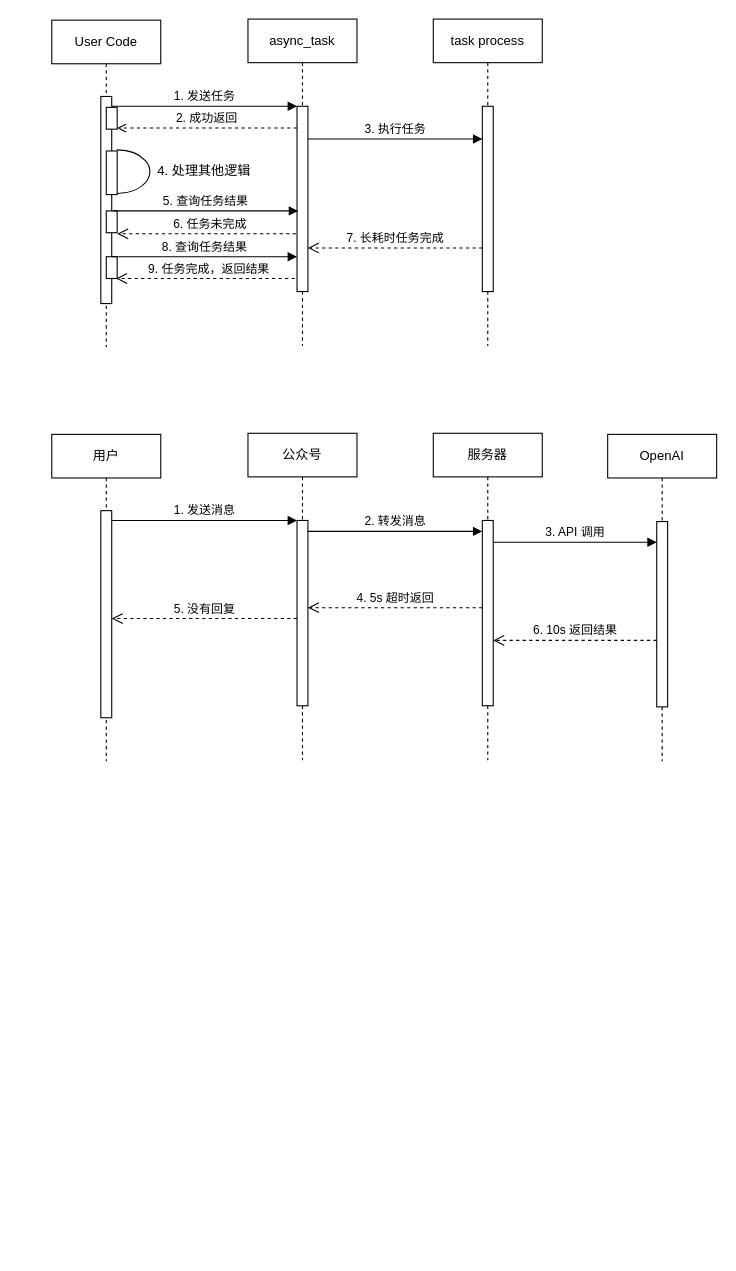
This is blog_async_task.drawio from crazyStrome/myPhote, a draw.io file, before an edit. Source tidied: cells renumbered, new cells numbered last; positions are measured from the earlier drawing's top-left corner, leaving out a move shared by most shapes. Both pictures are drawn from the tidied source at 109%, with x=0, y=0 at pixel (51, 19).
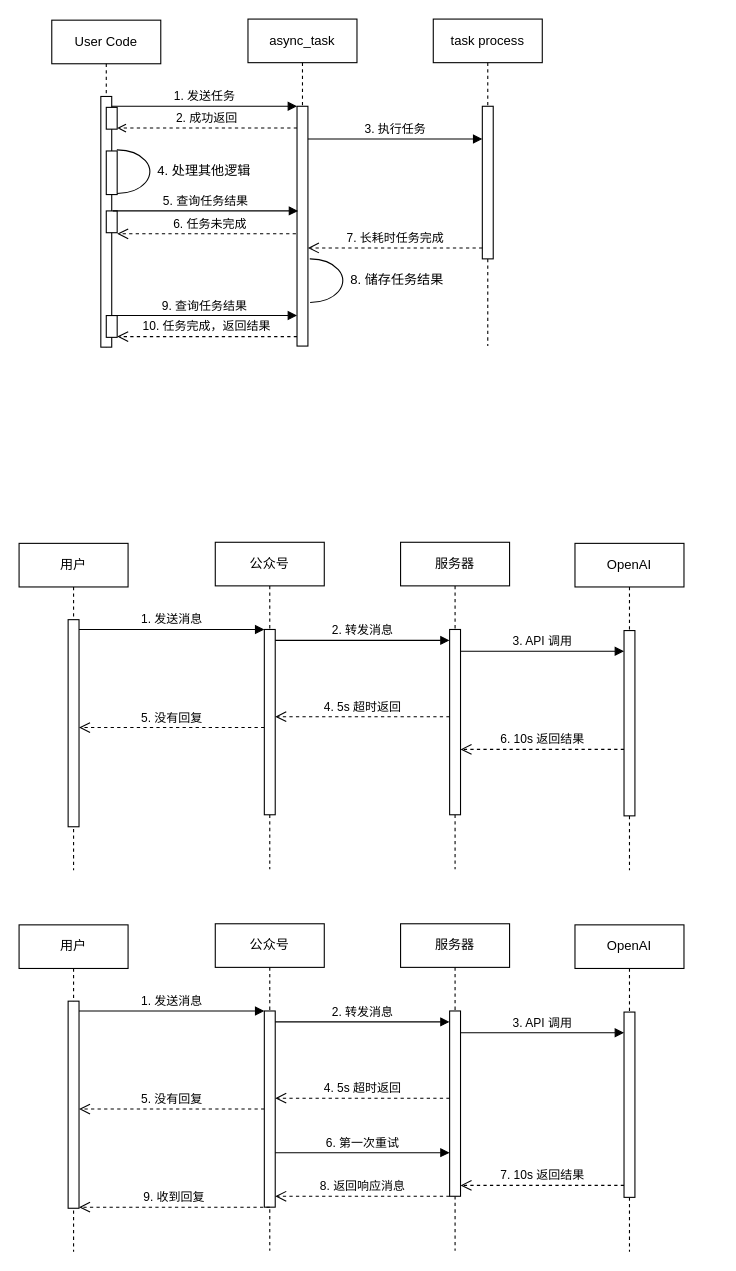
After the change.

Unchanged cells that the change refers to:
```xml
<mxCell id="4" value="User Code" style="shape=umlLifeline;perimeter=lifelinePerimeter;whiteSpace=wrap;html=1;newEdgeStyle={&quot;edgeStyle&quot;:&quot;elbowEdgeStyle&quot;,&quot;elbow&quot;:&quot;vertical&quot;,&quot;curved&quot;:0,&quot;rounded&quot;:0};" parent="1" vertex="1">
  <mxGeometry y="1" width="100" height="300" as="geometry" />
</mxCell>
<mxCell id="10" value="async_task" style="shape=umlLifeline;perimeter=lifelinePerimeter;whiteSpace=wrap;html=1;newEdgeStyle={&quot;edgeStyle&quot;:&quot;elbowEdgeStyle&quot;,&quot;elbow&quot;:&quot;vertical&quot;,&quot;curved&quot;:0,&quot;rounded&quot;:0};" parent="1" vertex="1">
  <mxGeometry x="180" width="100" height="300" as="geometry" />
</mxCell>
<mxCell id="14" value="task process" style="shape=umlLifeline;perimeter=lifelinePerimeter;whiteSpace=wrap;html=1;newEdgeStyle={&quot;edgeStyle&quot;:&quot;elbowEdgeStyle&quot;,&quot;elbow&quot;:&quot;vertical&quot;,&quot;curved&quot;:0,&quot;rounded&quot;:0};" parent="1" vertex="1">
  <mxGeometry x="350" width="100" height="300" as="geometry" />
</mxCell>
<mxCell id="24" style="html=1;points=[];perimeter=orthogonalPerimeter;outlineConnect=0;targetShapes=umlLifeline;portConstraint=eastwest;newEdgeStyle={&quot;edgeStyle&quot;:&quot;elbowEdgeStyle&quot;,&quot;elbow&quot;:&quot;vertical&quot;,&quot;curved&quot;:0,&quot;rounded&quot;:0};" parent="23" vertex="1">
  <mxGeometry x="45" y="70" width="10" height="190" as="geometry" />
</mxCell>
<mxCell id="26" style="html=1;points=[];perimeter=orthogonalPerimeter;outlineConnect=0;targetShapes=umlLifeline;portConstraint=eastwest;newEdgeStyle={&quot;edgeStyle&quot;:&quot;elbowEdgeStyle&quot;,&quot;elbow&quot;:&quot;vertical&quot;,&quot;curved&quot;:0,&quot;rounded&quot;:0};" parent="25" vertex="1">
  <mxGeometry x="45" y="80" width="10" height="170" as="geometry" />
</mxCell>
<mxCell id="29" style="html=1;points=[];perimeter=orthogonalPerimeter;outlineConnect=0;targetShapes=umlLifeline;portConstraint=eastwest;newEdgeStyle={&quot;edgeStyle&quot;:&quot;elbowEdgeStyle&quot;,&quot;elbow&quot;:&quot;vertical&quot;,&quot;curved&quot;:0,&quot;rounded&quot;:0};" parent="28" vertex="1">
  <mxGeometry x="45" y="80" width="10" height="170" as="geometry" />
</mxCell>
<mxCell id="32" style="html=1;points=[];perimeter=orthogonalPerimeter;outlineConnect=0;targetShapes=umlLifeline;portConstraint=eastwest;newEdgeStyle={&quot;edgeStyle&quot;:&quot;elbowEdgeStyle&quot;,&quot;elbow&quot;:&quot;vertical&quot;,&quot;curved&quot;:0,&quot;rounded&quot;:0};" parent="31" vertex="1">
  <mxGeometry x="45" y="80" width="10" height="170" as="geometry" />
</mxCell>
```

Change to the diagram source:
```diff
@@
-    <mxCell id="2" value="9. 任务完成，返回结果" style="html=1;verticalAlign=bottom;endArrow=open;dashed=1;endSize=8;edgeStyle=elbowEdgeStyle;elbow=vertical;curved=0;rounded=0;" parent="1" edge="1">
+    <mxCell id="2" value="10. 任务完成，返回结果" style="html=1;verticalAlign=bottom;endArrow=open;dashed=1;endSize=8;edgeStyle=elbowEdgeStyle;elbow=vertical;curved=0;rounded=0;" parent="1" edge="1" target="9">
       <mxGeometry relative="1" as="geometry">
-        <mxPoint x="229" y="238" as="sourcePoint" />
-        <mxPoint x="59" y="238" as="targetPoint" />
+        <mxPoint x="225" y="291.3" as="sourcePoint" />
         <Array as="points">
-          <mxPoint x="154" y="238" />
+          <mxPoint x="150" y="291.3" />
         </Array>
       </mxGeometry>
     </mxCell>
@@
     <mxCell id="5" style="html=1;points=[];perimeter=orthogonalPerimeter;outlineConnect=0;targetShapes=umlLifeline;portConstraint=eastwest;newEdgeStyle={&quot;edgeStyle&quot;:&quot;elbowEdgeStyle&quot;,&quot;elbow&quot;:&quot;vertical&quot;,&quot;curved&quot;:0,&quot;rounded&quot;:0};" parent="4" vertex="1">
-      <mxGeometry x="45" y="70" width="10" height="190" as="geometry" />
+      <mxGeometry x="45" y="70" width="10" height="230" as="geometry" />
     </mxCell>
@@
     <mxCell id="9" style="html=1;points=[];perimeter=orthogonalPerimeter;outlineConnect=0;targetShapes=umlLifeline;portConstraint=eastwest;newEdgeStyle={&quot;edgeStyle&quot;:&quot;elbowEdgeStyle&quot;,&quot;elbow&quot;:&quot;vertical&quot;,&quot;curved&quot;:0,&quot;rounded&quot;:0};" parent="4" vertex="1">
-      <mxGeometry x="50" y="217" width="10" height="20" as="geometry" />
+      <mxGeometry x="50" y="271" width="10" height="20" as="geometry" />
     </mxCell>
@@
     <mxCell id="11" style="html=1;points=[];perimeter=orthogonalPerimeter;outlineConnect=0;targetShapes=umlLifeline;portConstraint=eastwest;newEdgeStyle={&quot;edgeStyle&quot;:&quot;elbowEdgeStyle&quot;,&quot;elbow&quot;:&quot;vertical&quot;,&quot;curved&quot;:0,&quot;rounded&quot;:0};" parent="10" vertex="1">
-      <mxGeometry x="45" y="80" width="10" height="170" as="geometry" />
+      <mxGeometry x="45" y="80" width="10" height="220" as="geometry" />
     </mxCell>
@@
     <mxCell id="15" style="html=1;points=[];perimeter=orthogonalPerimeter;outlineConnect=0;targetShapes=umlLifeline;portConstraint=eastwest;newEdgeStyle={&quot;edgeStyle&quot;:&quot;elbowEdgeStyle&quot;,&quot;elbow&quot;:&quot;vertical&quot;,&quot;curved&quot;:0,&quot;rounded&quot;:0};" parent="14" vertex="1">
-      <mxGeometry x="45" y="80" width="10" height="170" as="geometry" />
+      <mxGeometry x="45" y="80" width="10" height="140" as="geometry" />
     </mxCell>
@@
-    <mxCell id="19" value="8. 查询任务结果" style="html=1;verticalAlign=bottom;endArrow=block;edgeStyle=elbowEdgeStyle;elbow=vertical;curved=0;rounded=0;" parent="1" edge="1">
+    <mxCell id="19" value="9. 查询任务结果" style="html=1;verticalAlign=bottom;endArrow=block;edgeStyle=elbowEdgeStyle;elbow=vertical;curved=0;rounded=0;" parent="1" edge="1">
       <mxGeometry relative="1" as="geometry">
-        <mxPoint x="55" y="218" as="sourcePoint" />
-        <mxPoint x="225" y="218" as="targetPoint" />
+        <mxPoint x="55" y="272" as="sourcePoint" />
+        <mxPoint x="225" y="272" as="targetPoint" />
         <Array as="points">
-          <mxPoint x="140" y="218" />
+          <mxPoint x="140" y="272" />
         </Array>
       </mxGeometry>
     </mxCell>
@@
     <mxCell id="22" value="5. 没有回复" style="html=1;verticalAlign=bottom;endArrow=open;dashed=1;endSize=8;edgeStyle=elbowEdgeStyle;elbow=vertical;curved=0;rounded=0;" parent="1" edge="1">
       <mxGeometry relative="1" as="geometry">
-        <mxPoint x="225" y="550" as="sourcePoint" />
-        <mxPoint x="55" y="550" as="targetPoint" />
+        <mxPoint x="195" y="650" as="sourcePoint" />
+        <mxPoint x="25" y="650" as="targetPoint" />
         <Array as="points">
-          <mxPoint x="150" y="550" />
+          <mxPoint x="120" y="650" />
         </Array>
       </mxGeometry>
     </mxCell>
     <mxCell id="23" value="用户" style="shape=umlLifeline;perimeter=lifelinePerimeter;whiteSpace=wrap;html=1;newEdgeStyle={&quot;edgeStyle&quot;:&quot;elbowEdgeStyle&quot;,&quot;elbow&quot;:&quot;vertical&quot;,&quot;curved&quot;:0,&quot;rounded&quot;:0};" parent="1" vertex="1">
-      <mxGeometry y="381" width="100" height="300" as="geometry" />
+      <mxGeometry x="-30" y="481" width="100" height="300" as="geometry" />
     </mxCell>
@@
     <mxCell id="25" value="公众号" style="shape=umlLifeline;perimeter=lifelinePerimeter;whiteSpace=wrap;html=1;newEdgeStyle={&quot;edgeStyle&quot;:&quot;elbowEdgeStyle&quot;,&quot;elbow&quot;:&quot;vertical&quot;,&quot;curved&quot;:0,&quot;rounded&quot;:0};" parent="1" vertex="1">
-      <mxGeometry x="180" y="380" width="100" height="300" as="geometry" />
+      <mxGeometry x="150" y="480" width="100" height="300" as="geometry" />
     </mxCell>
@@
     <mxCell id="27" value="1. 发送消息" style="html=1;verticalAlign=bottom;endArrow=block;edgeStyle=elbowEdgeStyle;elbow=vertical;curved=0;rounded=0;" parent="1" edge="1" source="24" target="26">
       <mxGeometry relative="1" as="geometry">
         <Array as="points">
-          <mxPoint x="140" y="460" />
+          <mxPoint x="110" y="560" />
         </Array>
       </mxGeometry>
     </mxCell>
     <mxCell id="28" value="服务器" style="shape=umlLifeline;perimeter=lifelinePerimeter;whiteSpace=wrap;html=1;newEdgeStyle={&quot;edgeStyle&quot;:&quot;elbowEdgeStyle&quot;,&quot;elbow&quot;:&quot;vertical&quot;,&quot;curved&quot;:0,&quot;rounded&quot;:0};" parent="1" vertex="1">
-      <mxGeometry x="350" y="380" width="100" height="300" as="geometry" />
+      <mxGeometry x="320" y="480" width="100" height="300" as="geometry" />
     </mxCell>
@@
     <mxCell id="30" value="2. 转发消息" style="html=1;verticalAlign=bottom;endArrow=block;edgeStyle=elbowEdgeStyle;elbow=vertical;curved=0;rounded=0;" parent="1" edge="1">
       <mxGeometry relative="1" as="geometry">
-        <mxPoint x="235" y="470" as="sourcePoint" />
-        <mxPoint x="395" y="470" as="targetPoint" />
+        <mxPoint x="205" y="570" as="sourcePoint" />
+        <mxPoint x="365" y="570" as="targetPoint" />
         <Array as="points">
-          <mxPoint x="315" y="470" />
+          <mxPoint x="285" y="570" />
         </Array>
       </mxGeometry>
     </mxCell>
     <mxCell id="31" value="OpenAI" style="shape=umlLifeline;perimeter=lifelinePerimeter;whiteSpace=wrap;html=1;newEdgeStyle={&quot;edgeStyle&quot;:&quot;elbowEdgeStyle&quot;,&quot;elbow&quot;:&quot;vertical&quot;,&quot;curved&quot;:0,&quot;rounded&quot;:0};" parent="1" vertex="1">
-      <mxGeometry x="510" y="381" width="100" height="300" as="geometry" />
+      <mxGeometry x="480" y="481" width="100" height="300" as="geometry" />
     </mxCell>
@@
     <mxCell id="33" value="3. API 调用" style="html=1;verticalAlign=bottom;endArrow=block;edgeStyle=elbowEdgeStyle;elbow=vertical;curved=0;rounded=0;" parent="1" edge="1" source="29" target="32">
       <mxGeometry relative="1" as="geometry">
         <Array as="points">
-          <mxPoint x="490" y="480" />
+          <mxPoint x="460" y="580" />
         </Array>
       </mxGeometry>
     </mxCell>
     <mxCell id="34" value="4. 5s 超时返回" style="html=1;verticalAlign=bottom;endArrow=open;dashed=1;endSize=8;edgeStyle=elbowEdgeStyle;elbow=vertical;curved=0;rounded=0;" parent="1" edge="1" source="29" target="26">
       <mxGeometry relative="1" as="geometry">
         <Array as="points">
-          <mxPoint x="325" y="540" />
+          <mxPoint x="295" y="640" />
         </Array>
       </mxGeometry>
     </mxCell>
     <mxCell id="35" value="6. 10s 返回结果" style="html=1;verticalAlign=bottom;endArrow=open;dashed=1;endSize=8;edgeStyle=elbowEdgeStyle;elbow=vertical;curved=0;rounded=0;" parent="1" edge="1" source="32" target="29">
       <mxGeometry relative="1" as="geometry">
         <Array as="points">
-          <mxPoint x="500" y="570" />
+          <mxPoint x="470" y="670" />
         </Array>
       </mxGeometry>
     </mxCell>
+    <mxCell id="36" value="5. 没有回复" style="html=1;verticalAlign=bottom;endArrow=open;dashed=1;endSize=8;edgeStyle=elbowEdgeStyle;elbow=vertical;curved=0;rounded=0;" parent="1" edge="1">
+      <mxGeometry relative="1" as="geometry">
+        <mxPoint x="195" y="1000" as="sourcePoint" />
+        <mxPoint x="25" y="1000" as="targetPoint" />
+        <Array as="points">
+          <mxPoint x="120" y="1000" />
+        </Array>
+      </mxGeometry>
+    </mxCell>
+    <mxCell id="37" value="用户" style="shape=umlLifeline;perimeter=lifelinePerimeter;whiteSpace=wrap;html=1;newEdgeStyle={&quot;edgeStyle&quot;:&quot;elbowEdgeStyle&quot;,&quot;elbow&quot;:&quot;vertical&quot;,&quot;curved&quot;:0,&quot;rounded&quot;:0};" parent="1" vertex="1">
+      <mxGeometry x="-30" y="831" width="100" height="300" as="geometry" />
+    </mxCell>
+    <mxCell id="38" style="html=1;points=[];perimeter=orthogonalPerimeter;outlineConnect=0;targetShapes=umlLifeline;portConstraint=eastwest;newEdgeStyle={&quot;edgeStyle&quot;:&quot;elbowEdgeStyle&quot;,&quot;elbow&quot;:&quot;vertical&quot;,&quot;curved&quot;:0,&quot;rounded&quot;:0};" parent="37" vertex="1">
+      <mxGeometry x="45" y="70" width="10" height="190" as="geometry" />
+    </mxCell>
+    <mxCell id="39" value="公众号" style="shape=umlLifeline;perimeter=lifelinePerimeter;whiteSpace=wrap;html=1;newEdgeStyle={&quot;edgeStyle&quot;:&quot;elbowEdgeStyle&quot;,&quot;elbow&quot;:&quot;vertical&quot;,&quot;curved&quot;:0,&quot;rounded&quot;:0};" parent="1" vertex="1">
+      <mxGeometry x="150" y="830" width="100" height="300" as="geometry" />
+    </mxCell>
+    <mxCell id="40" style="html=1;points=[];perimeter=orthogonalPerimeter;outlineConnect=0;targetShapes=umlLifeline;portConstraint=eastwest;newEdgeStyle={&quot;edgeStyle&quot;:&quot;elbowEdgeStyle&quot;,&quot;elbow&quot;:&quot;vertical&quot;,&quot;curved&quot;:0,&quot;rounded&quot;:0};" parent="39" vertex="1">
+      <mxGeometry x="45" y="80" width="10" height="180" as="geometry" />
+    </mxCell>
+    <mxCell id="41" value="1. 发送消息" style="html=1;verticalAlign=bottom;endArrow=block;edgeStyle=elbowEdgeStyle;elbow=vertical;curved=0;rounded=0;" parent="1" edge="1" source="38" target="40">
+      <mxGeometry relative="1" as="geometry">
+        <Array as="points">
+          <mxPoint x="110" y="910" />
+        </Array>
+      </mxGeometry>
+    </mxCell>
+    <mxCell id="42" value="服务器" style="shape=umlLifeline;perimeter=lifelinePerimeter;whiteSpace=wrap;html=1;newEdgeStyle={&quot;edgeStyle&quot;:&quot;elbowEdgeStyle&quot;,&quot;elbow&quot;:&quot;vertical&quot;,&quot;curved&quot;:0,&quot;rounded&quot;:0};" parent="1" vertex="1">
+      <mxGeometry x="320" y="830" width="100" height="300" as="geometry" />
+    </mxCell>
+    <mxCell id="43" style="html=1;points=[];perimeter=orthogonalPerimeter;outlineConnect=0;targetShapes=umlLifeline;portConstraint=eastwest;newEdgeStyle={&quot;edgeStyle&quot;:&quot;elbowEdgeStyle&quot;,&quot;elbow&quot;:&quot;vertical&quot;,&quot;curved&quot;:0,&quot;rounded&quot;:0};" parent="42" vertex="1">
+      <mxGeometry x="45" y="80" width="10" height="170" as="geometry" />
+    </mxCell>
+    <mxCell id="44" value="2. 转发消息" style="html=1;verticalAlign=bottom;endArrow=block;edgeStyle=elbowEdgeStyle;elbow=vertical;curved=0;rounded=0;" parent="1" edge="1">
+      <mxGeometry relative="1" as="geometry">
+        <mxPoint x="205" y="920" as="sourcePoint" />
+        <mxPoint x="365" y="920" as="targetPoint" />
+        <Array as="points">
+          <mxPoint x="285" y="920" />
+        </Array>
+      </mxGeometry>
+    </mxCell>
+    <mxCell id="45" value="OpenAI" style="shape=umlLifeline;perimeter=lifelinePerimeter;whiteSpace=wrap;html=1;newEdgeStyle={&quot;edgeStyle&quot;:&quot;elbowEdgeStyle&quot;,&quot;elbow&quot;:&quot;vertical&quot;,&quot;curved&quot;:0,&quot;rounded&quot;:0};" parent="1" vertex="1">
+      <mxGeometry x="480" y="831" width="100" height="300" as="geometry" />
+    </mxCell>
+    <mxCell id="46" style="html=1;points=[];perimeter=orthogonalPerimeter;outlineConnect=0;targetShapes=umlLifeline;portConstraint=eastwest;newEdgeStyle={&quot;edgeStyle&quot;:&quot;elbowEdgeStyle&quot;,&quot;elbow&quot;:&quot;vertical&quot;,&quot;curved&quot;:0,&quot;rounded&quot;:0};" parent="45" vertex="1">
+      <mxGeometry x="45" y="80" width="10" height="170" as="geometry" />
+    </mxCell>
+    <mxCell id="47" value="3. API 调用" style="html=1;verticalAlign=bottom;endArrow=block;edgeStyle=elbowEdgeStyle;elbow=vertical;curved=0;rounded=0;" parent="1" edge="1" source="43" target="46">
+      <mxGeometry relative="1" as="geometry">
+        <Array as="points">
+          <mxPoint x="460" y="930" />
+        </Array>
+      </mxGeometry>
+    </mxCell>
+    <mxCell id="48" value="4. 5s 超时返回" style="html=1;verticalAlign=bottom;endArrow=open;dashed=1;endSize=8;edgeStyle=elbowEdgeStyle;elbow=vertical;curved=0;rounded=0;" parent="1" edge="1" source="43" target="40">
+      <mxGeometry relative="1" as="geometry">
+        <Array as="points">
+          <mxPoint x="295" y="990" />
+        </Array>
+      </mxGeometry>
+    </mxCell>
+    <mxCell id="49" value="7. 10s 返回结果" style="html=1;verticalAlign=bottom;endArrow=open;dashed=1;endSize=8;edgeStyle=elbowEdgeStyle;elbow=vertical;curved=0;rounded=0;" parent="1" edge="1">
+      <mxGeometry relative="1" as="geometry">
+        <mxPoint x="525" y="1070" as="sourcePoint" />
+        <mxPoint x="375" y="1070" as="targetPoint" />
+        <Array as="points">
+          <mxPoint x="470" y="1070" />
+        </Array>
+      </mxGeometry>
+    </mxCell>
+    <mxCell id="50" value="6. 第一次重试" style="html=1;verticalAlign=bottom;endArrow=block;edgeStyle=elbowEdgeStyle;elbow=horizontal;curved=0;rounded=0;" parent="1" edge="1" source="40" target="43">
+      <mxGeometry relative="1" as="geometry">
+        <Array as="points">
+          <mxPoint x="290" y="1040" />
+        </Array>
+      </mxGeometry>
+    </mxCell>
+    <mxCell id="51" value="8. 返回响应消息" style="html=1;verticalAlign=bottom;endArrow=open;dashed=1;endSize=8;edgeStyle=elbowEdgeStyle;elbow=vertical;curved=0;rounded=0;" parent="1" edge="1">
+      <mxGeometry relative="1" as="geometry">
+        <mxPoint x="365" y="1080" as="sourcePoint" />
+        <mxPoint x="205" y="1080" as="targetPoint" />
+        <Array as="points">
+          <mxPoint x="295" y="1080" />
+        </Array>
+      </mxGeometry>
+    </mxCell>
+    <mxCell id="52" value="9. 收到回复" style="html=1;verticalAlign=bottom;endArrow=open;dashed=1;endSize=8;edgeStyle=elbowEdgeStyle;elbow=vertical;curved=0;rounded=0;" parent="1" edge="1" target="38">
+      <mxGeometry relative="1" as="geometry">
+        <mxPoint x="200" y="1090" as="sourcePoint" />
+        <Array as="points">
+          <mxPoint x="130" y="1090" />
+        </Array>
+      </mxGeometry>
+    </mxCell>
+    <mxCell id="53" style="verticalLabelPosition=bottom;verticalAlign=top;html=1;shape=mxgraph.basic.arc;startAngle=0.4984085036175459;endAngle=0;rotation=-180;" parent="1" vertex="1">
+      <mxGeometry x="207" y="220" width="60" height="40" as="geometry" />
+    </mxCell>
+    <mxCell id="54" value="8. 储存任务结果" style="text;html=1;strokeColor=none;fillColor=none;align=center;verticalAlign=middle;whiteSpace=wrap;rounded=0;" parent="1" vertex="1">
+      <mxGeometry x="267" y="225" width="100" height="30" as="geometry" />
+    </mxCell>
```
